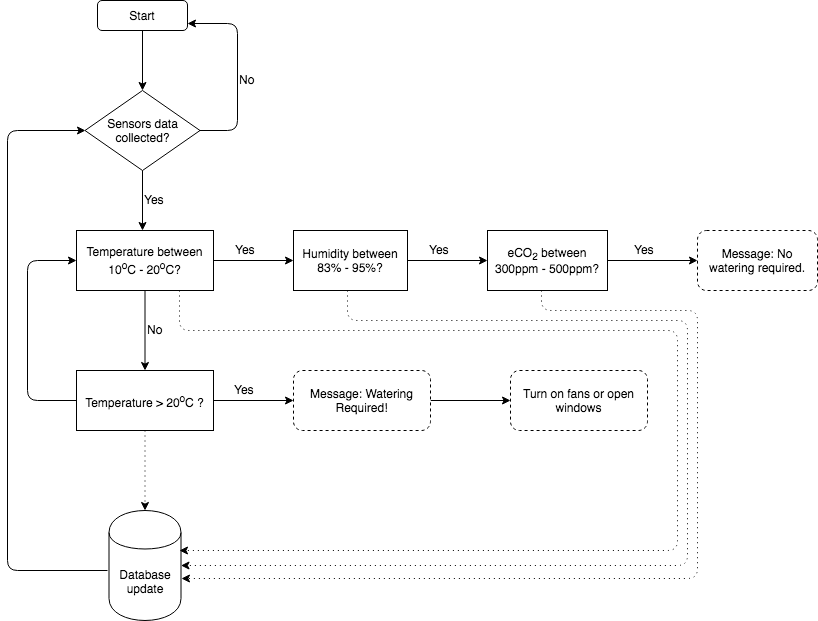
Above: images/Flow Chart.png in PrincessHernandez/GreenhouseMonitoringSystem (draw.io), before the change. Source tidied: cells renumbered, new cells last; positions are measured from the earlier drawing's top-left corner, leaving out a move shared by most shapes.
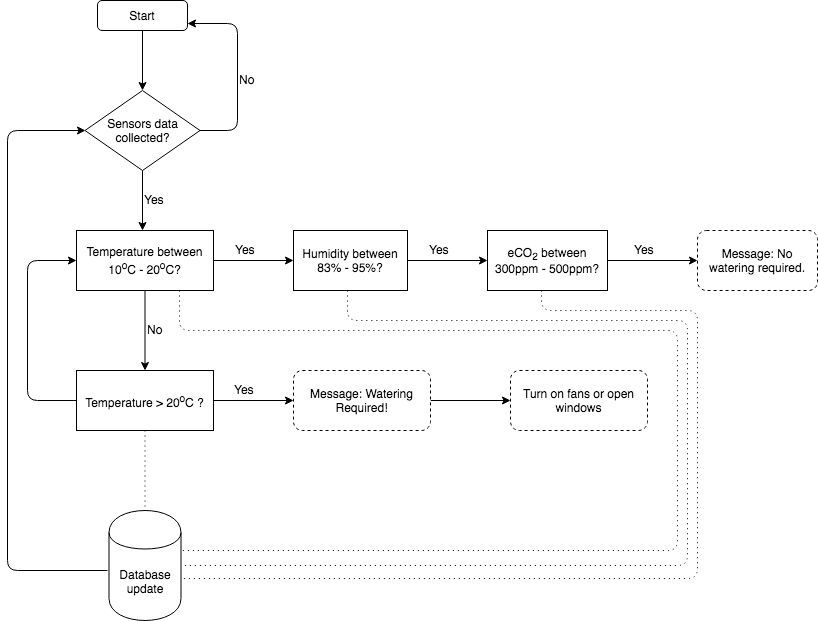
The same file after the commit.

What changed in the source:
```diff
@@ -44,7 +44,7 @@
     <mxCell id="12" style="edgeStyle=orthogonalEdgeStyle;rounded=0;jettySize=auto;html=1;" parent="1" edge="1" source="14" target="16">
       <mxGeometry relative="1" as="geometry" />
     </mxCell>
-    <mxCell id="13" style="edgeStyle=orthogonalEdgeStyle;rounded=0;jettySize=auto;html=1;dashed=1;dashPattern=1 4;" parent="1" edge="1" source="14">
+    <mxCell id="13" style="edgeStyle=orthogonalEdgeStyle;rounded=0;jettySize=auto;html=1;dashed=1;dashPattern=1 4;endArrow=none;endFill=0;" parent="1" edge="1" source="14">
       <mxGeometry relative="1" as="geometry">
         <mxPoint x="137.5" y="510" as="targetPoint" />
       </mxGeometry>
@@ -111,7 +111,7 @@
         </Array>
       </mxGeometry>
     </mxCell>
-    <mxCell id="31" style="endArrow=classic;html=1;dashed=1;exitX=0.75;exitY=1;exitDx=0;exitDy=0;entryX=0.979;entryY=0.364;entryDx=0;entryDy=0;entryPerimeter=0;dashPattern=1 4;" parent="1" edge="1" source="11" target="29">
+    <mxCell id="31" style="endArrow=none;html=1;dashed=1;exitX=0.75;exitY=1;exitDx=0;exitDy=0;entryX=0.979;entryY=0.364;entryDx=0;entryDy=0;entryPerimeter=0;dashPattern=1 4;endFill=0;" parent="1" edge="1" source="11" target="29">
       <mxGeometry relative="1" as="geometry">
         <Array as="points">
           <mxPoint x="172" y="330" />
@@ -120,7 +120,7 @@
         </Array>
       </mxGeometry>
     </mxCell>
-    <mxCell id="32" style="endArrow=classic;html=1;dashed=1;exitX=0.474;exitY=1;exitDx=0;exitDy=0;exitPerimeter=0;dashPattern=1 4;" parent="1" edge="1" source="19" target="29">
+    <mxCell id="32" style="endArrow=none;html=1;dashed=1;exitX=0.474;exitY=1;exitDx=0;exitDy=0;exitPerimeter=0;dashPattern=1 4;endFill=0;" parent="1" edge="1" source="19" target="29">
       <mxGeometry relative="1" as="geometry">
         <Array as="points">
           <mxPoint x="340" y="320" />
@@ -129,7 +129,7 @@
         </Array>
       </mxGeometry>
     </mxCell>
-    <mxCell id="33" style="endArrow=classic;html=1;dashed=1;exitX=0.5;exitY=1;exitDx=0;exitDy=0;dashPattern=1 4;" parent="1" edge="1">
+    <mxCell id="33" style="endArrow=none;html=1;dashed=1;exitX=0.5;exitY=1;exitDx=0;exitDy=0;dashPattern=1 4;endFill=0;" parent="1" edge="1">
       <mxGeometry relative="1" as="geometry">
         <mxPoint x="534" y="290" as="sourcePoint" />
         <mxPoint x="174" y="578" as="targetPoint" />
```
